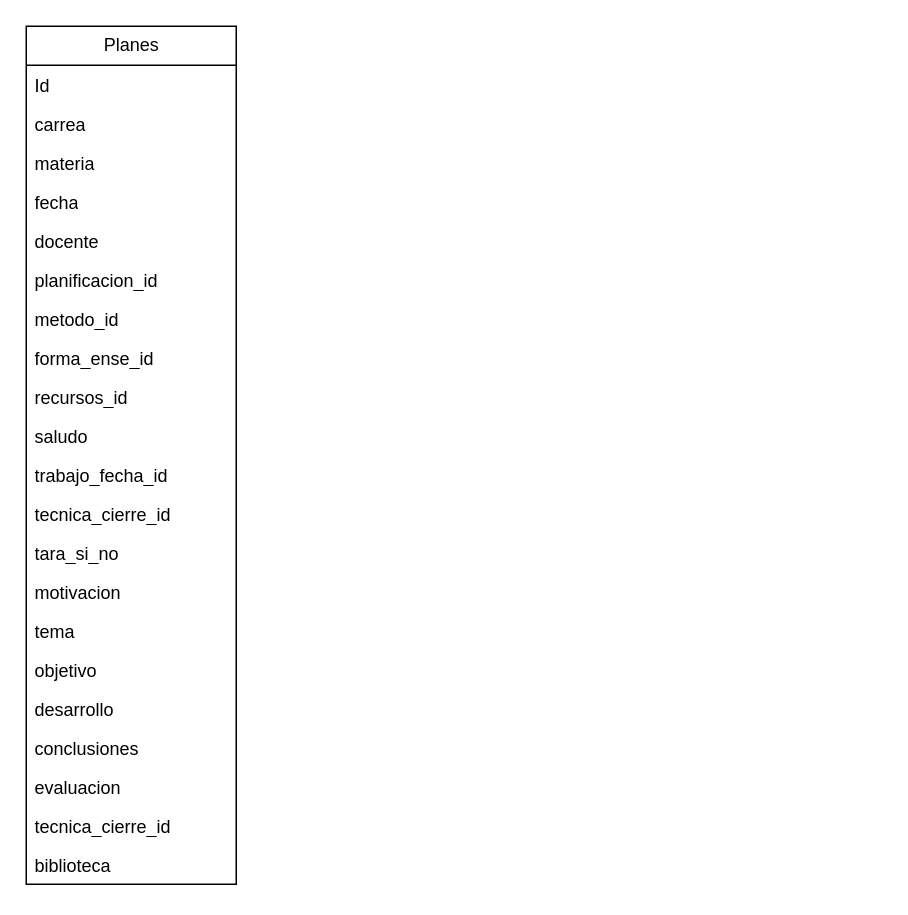
Before: diagrama.drawio in CarloSam1989/Planificacion, a draw.io diagram. Source tidied: cells renumbered, new cells numbered last; positions are measured from the earlier drawing's top-left corner, leaving out a move shared by most shapes. Both pictures are drawn from the tidied source at 150%, with x=0, y=0 at pixel (26, 26).
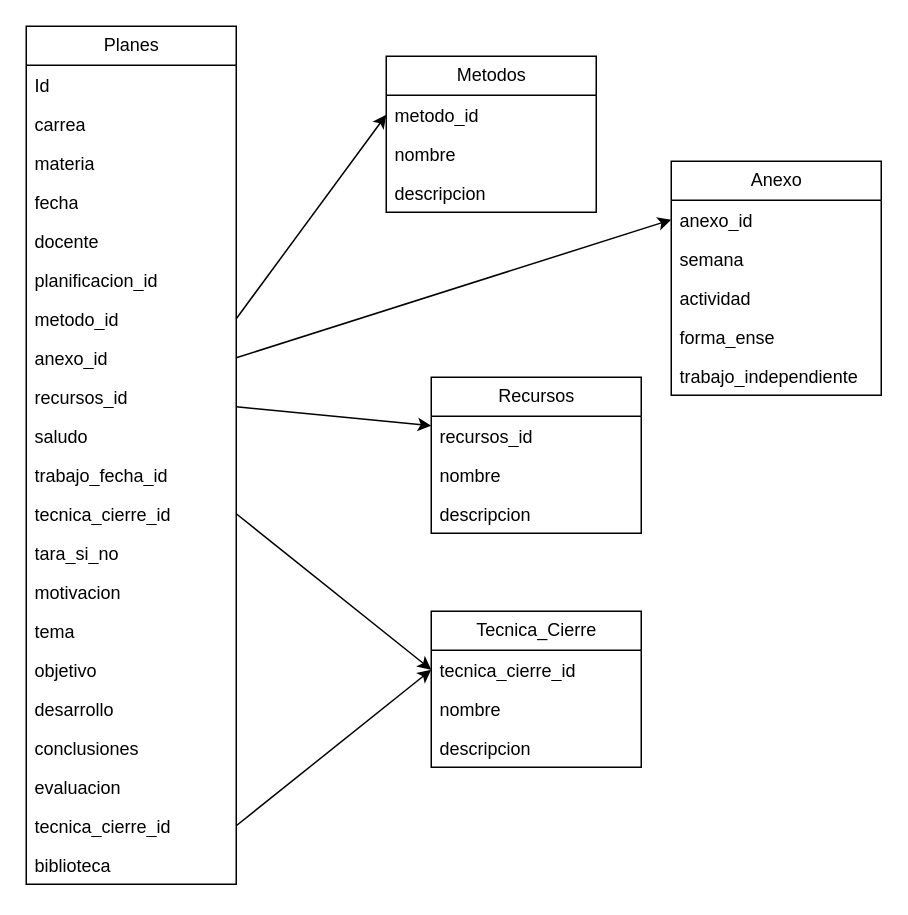
After the change.

Unchanged cells that the change refers to:
```xml
<mxCell id="2" value="Planes" style="swimlane;fontStyle=0;horizontal=1;startSize=26;fillColor=none;html=1;" parent="1" vertex="1">
  <mxGeometry width="140" height="572" as="geometry" />
</mxCell>
<mxCell id="9" value="metodo_id" style="text;strokeColor=none;fillColor=none;align=left;verticalAlign=top;spacingLeft=4;spacingRight=4;overflow=hidden;points=[[0,0.5],[1,0.5]];portConstraint=eastwest;whiteSpace=wrap;html=1;" parent="2" vertex="1">
  <mxGeometry y="182" width="140" height="26" as="geometry" />
</mxCell>
<mxCell id="11" value="recursos_id" style="text;strokeColor=none;fillColor=none;align=left;verticalAlign=top;spacingLeft=4;spacingRight=4;overflow=hidden;points=[[0,0.5],[1,0.5]];portConstraint=eastwest;whiteSpace=wrap;html=1;" parent="2" vertex="1">
  <mxGeometry y="234" width="140" height="26" as="geometry" />
</mxCell>
<mxCell id="14" value="tecnica_cierre_id" style="text;strokeColor=none;fillColor=none;align=left;verticalAlign=top;spacingLeft=4;spacingRight=4;overflow=hidden;points=[[0,0.5],[1,0.5]];portConstraint=eastwest;whiteSpace=wrap;html=1;" parent="2" vertex="1">
  <mxGeometry y="312" width="140" height="26" as="geometry" />
</mxCell>
<mxCell id="22" value="tecnica_cierre_id" style="text;strokeColor=none;fillColor=none;align=left;verticalAlign=top;spacingLeft=4;spacingRight=4;overflow=hidden;points=[[0,0.5],[1,0.5]];portConstraint=eastwest;whiteSpace=wrap;html=1;" parent="2" vertex="1">
  <mxGeometry y="520" width="140" height="26" as="geometry" />
</mxCell>
```

Change to the diagram source:
```diff
@@
-    <mxCell id="10" value="forma_ense_id" style="text;strokeColor=none;fillColor=none;align=left;verticalAlign=top;spacingLeft=4;spacingRight=4;overflow=hidden;points=[[0,0.5],[1,0.5]];portConstraint=eastwest;whiteSpace=wrap;html=1;" parent="2" vertex="1">
+    <mxCell id="10" value="anexo_id" style="text;strokeColor=none;fillColor=none;align=left;verticalAlign=top;spacingLeft=4;spacingRight=4;overflow=hidden;points=[[0,0.5],[1,0.5]];portConstraint=eastwest;whiteSpace=wrap;html=1;" parent="2" vertex="1">
       <mxGeometry y="208" width="140" height="26" as="geometry" />
     </mxCell>
@@
+    <mxCell id="24" value="Metodos" style="swimlane;fontStyle=0;horizontal=1;startSize=26;fillColor=none;html=1;" parent="1" vertex="1">
+      <mxGeometry x="240" y="20" width="140" height="104" as="geometry" />
+    </mxCell>
+    <mxCell id="25" value="metodo_id" style="text;strokeColor=none;fillColor=none;align=left;verticalAlign=top;spacingLeft=4;spacingRight=4;overflow=hidden;points=[[0,0.5],[1,0.5]];portConstraint=eastwest;whiteSpace=wrap;html=1;" parent="24" vertex="1">
+      <mxGeometry y="26" width="140" height="26" as="geometry" />
+    </mxCell>
+    <mxCell id="26" value="nombre" style="text;strokeColor=none;fillColor=none;align=left;verticalAlign=top;spacingLeft=4;spacingRight=4;overflow=hidden;whiteSpace=wrap;html=1;" parent="24" vertex="1">
+      <mxGeometry y="52" width="140" height="26" as="geometry" />
+    </mxCell>
+    <mxCell id="27" value="descripcion" style="text;strokeColor=none;fillColor=none;align=left;verticalAlign=top;spacingLeft=4;spacingRight=4;overflow=hidden;whiteSpace=wrap;html=1;" parent="24" vertex="1">
+      <mxGeometry y="78" width="140" height="26" as="geometry" />
+    </mxCell>
+    <mxCell id="28" style="endArrow=classic;html=1;entryX=0;entryY=0.5;entryDx=0;entryDy=0;exitX=1;exitY=0.5;exitDx=0;exitDy=0;" parent="1" edge="1" source="9" target="25">
+      <mxGeometry relative="1" as="geometry" />
+    </mxCell>
+    <mxCell id="29" value="Recursos" style="swimlane;fontStyle=0;horizontal=1;startSize=26;fillColor=none;html=1;" parent="1" vertex="1">
+      <mxGeometry x="270" y="234" width="140" height="104" as="geometry" />
+    </mxCell>
+    <mxCell id="30" value="recursos_id" style="text;strokeColor=none;fillColor=none;align=left;verticalAlign=top;spacingLeft=4;spacingRight=4;overflow=hidden;points=[[0,0.5],[1,0.5]];portConstraint=eastwest;whiteSpace=wrap;html=1;" parent="29" vertex="1">
+      <mxGeometry y="26" width="140" height="26" as="geometry" />
+    </mxCell>
+    <mxCell id="31" value="nombre" style="text;strokeColor=none;fillColor=none;align=left;verticalAlign=top;spacingLeft=4;spacingRight=4;overflow=hidden;whiteSpace=wrap;html=1;" parent="29" vertex="1">
+      <mxGeometry y="52" width="140" height="26" as="geometry" />
+    </mxCell>
+    <mxCell id="32" value="descripcion" style="text;strokeColor=none;fillColor=none;align=left;verticalAlign=top;spacingLeft=4;spacingRight=4;overflow=hidden;whiteSpace=wrap;html=1;" parent="29" vertex="1">
+      <mxGeometry y="78" width="140" height="26" as="geometry" />
+    </mxCell>
+    <mxCell id="33" style="endArrow=classic;html=1;" parent="1" edge="1" source="11" target="30">
+      <mxGeometry relative="1" as="geometry" />
+    </mxCell>
+    <mxCell id="34" value="Tecnica_Cierre" style="swimlane;fontStyle=0;horizontal=1;startSize=26;fillColor=none;html=1;" parent="1" vertex="1">
+      <mxGeometry x="270" y="390" width="140" height="104" as="geometry" />
+    </mxCell>
+    <mxCell id="35" value="tecnica_cierre_id" style="text;strokeColor=none;fillColor=none;align=left;verticalAlign=top;spacingLeft=4;spacingRight=4;overflow=hidden;points=[[0,0.5],[1,0.5]];portConstraint=eastwest;whiteSpace=wrap;html=1;" parent="34" vertex="1">
+      <mxGeometry y="26" width="140" height="26" as="geometry" />
+    </mxCell>
+    <mxCell id="36" value="nombre" style="text;strokeColor=none;fillColor=none;align=left;verticalAlign=top;spacingLeft=4;spacingRight=4;overflow=hidden;whiteSpace=wrap;html=1;" parent="34" vertex="1">
+      <mxGeometry y="52" width="140" height="26" as="geometry" />
+    </mxCell>
+    <mxCell id="37" value="descripcion" style="text;strokeColor=none;fillColor=none;align=left;verticalAlign=top;spacingLeft=4;spacingRight=4;overflow=hidden;whiteSpace=wrap;html=1;" parent="34" vertex="1">
+      <mxGeometry y="78" width="140" height="26" as="geometry" />
+    </mxCell>
+    <mxCell id="38" style="endArrow=classic;html=1;entryX=0;entryY=0.5;entryDx=0;entryDy=0;exitX=1;exitY=0.5;exitDx=0;exitDy=0;" parent="1" edge="1" source="14" target="35">
+      <mxGeometry relative="1" as="geometry" />
+    </mxCell>
+    <mxCell id="39" style="endArrow=classic;html=1;entryX=0;entryY=0.5;entryDx=0;entryDy=0;exitX=1;exitY=0.5;exitDx=0;exitDy=0;" parent="1" edge="1" source="22" target="35">
+      <mxGeometry relative="1" as="geometry" />
+    </mxCell>
+    <mxCell id="40" value="Anexo" style="swimlane;fontStyle=0;horizontal=1;startSize=26;fillColor=none;html=1;" parent="1" vertex="1">
+      <mxGeometry x="430" y="90" width="140" height="156" as="geometry" />
+    </mxCell>
+    <mxCell id="41" value="anexo_id" style="text;strokeColor=none;fillColor=none;align=left;verticalAlign=top;spacingLeft=4;spacingRight=4;overflow=hidden;points=[[0,0.5],[1,0.5]];portConstraint=eastwest;whiteSpace=wrap;html=1;" parent="40" vertex="1">
+      <mxGeometry y="26" width="140" height="26" as="geometry" />
+    </mxCell>
+    <mxCell id="42" value="semana" style="text;strokeColor=none;fillColor=none;align=left;verticalAlign=top;spacingLeft=4;spacingRight=4;overflow=hidden;whiteSpace=wrap;html=1;" parent="40" vertex="1">
+      <mxGeometry y="52" width="140" height="26" as="geometry" />
+    </mxCell>
+    <mxCell id="43" value="actividad" style="text;strokeColor=none;fillColor=none;align=left;verticalAlign=top;spacingLeft=4;spacingRight=4;overflow=hidden;whiteSpace=wrap;html=1;" parent="40" vertex="1">
+      <mxGeometry y="78" width="140" height="26" as="geometry" />
+    </mxCell>
+    <mxCell id="44" value="forma_ense" style="text;strokeColor=none;fillColor=none;align=left;verticalAlign=top;spacingLeft=4;spacingRight=4;overflow=hidden;whiteSpace=wrap;html=1;" parent="40" vertex="1">
+      <mxGeometry y="104" width="140" height="26" as="geometry" />
+    </mxCell>
+    <mxCell id="45" value="trabajo_independiente" style="text;strokeColor=none;fillColor=none;align=left;verticalAlign=top;spacingLeft=4;spacingRight=4;overflow=hidden;whiteSpace=wrap;html=1;" parent="40" vertex="1">
+      <mxGeometry y="130" width="140" height="26" as="geometry" />
+    </mxCell>
+    <mxCell id="46" style="endArrow=classic;html=1;exitX=1;exitY=0.5;exitDx=0;exitDy=0;entryX=0;entryY=0.5;entryDx=0;entryDy=0;" parent="1" edge="1" source="10" target="41">
+      <mxGeometry relative="1" as="geometry" />
+    </mxCell>
```
